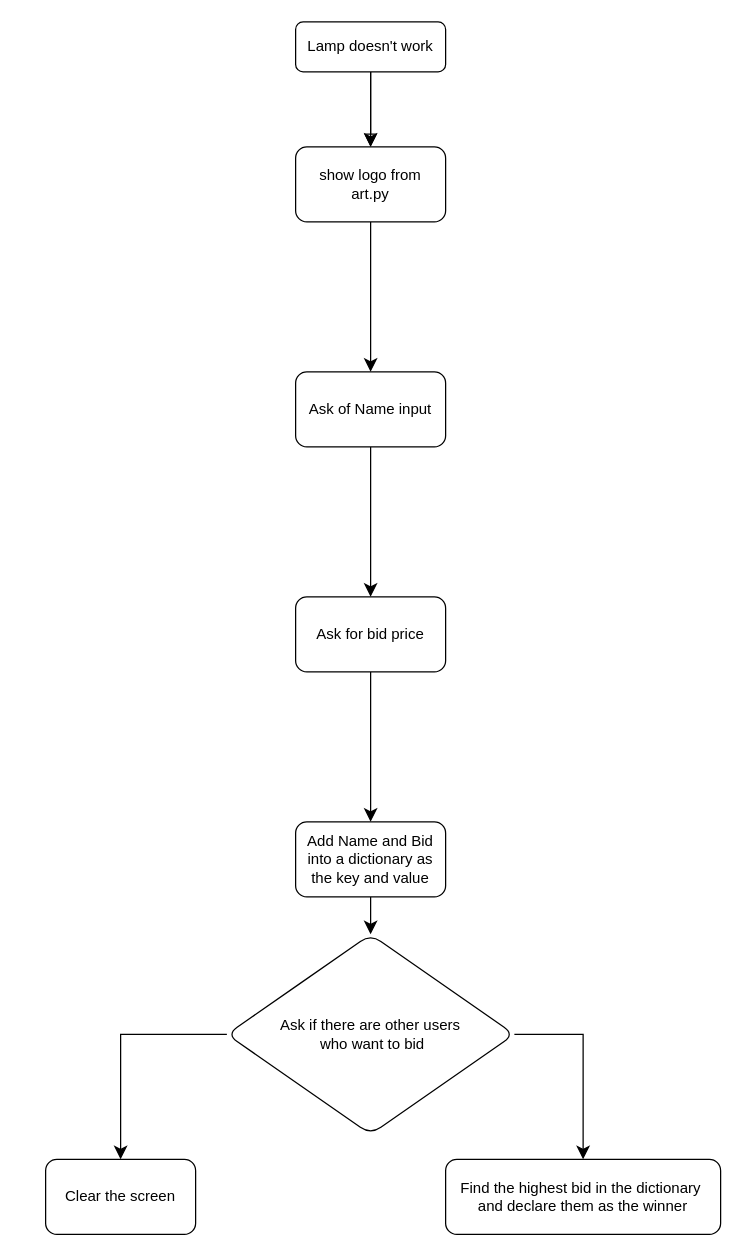
The draw.io diagram Untitled Diagram.drawio in mohan-sah/Flow-chart-practice, before the edit. Source tidied: cells renumbered, new cells numbered last; positions are measured from the earlier drawing's top-left corner, leaving out a move shared by most shapes. Both pictures are drawn from the tidied source at 125%, with x=0, y=0 at pixel (45, 21).
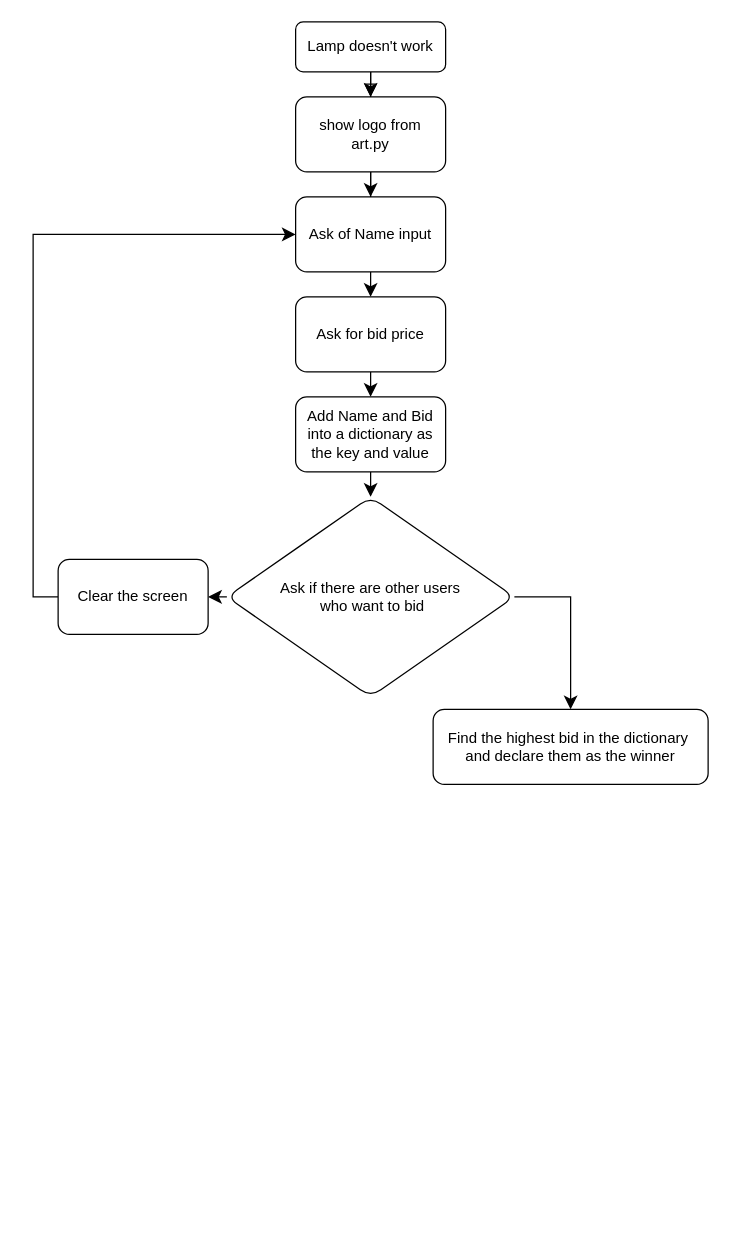
The same diagram, later.

Unchanged cells that the change refers to:
```xml
<mxCell id="4" value="Lamp doesn't work" style="rounded=1;whiteSpace=wrap;html=1;fontSize=12;glass=0;strokeWidth=1;shadow=0;" parent="1" vertex="1">
  <mxGeometry x="200" width="120" height="40" as="geometry" />
</mxCell>
```

Diff of the diagram source:
```diff
@@
-    <mxCell id="2" style="rounded=0;html=1;jettySize=auto;fontSize=11;endArrow=block;endFill=0;endSize=8;strokeWidth=1;shadow=0;labelBackgroundColor=none;edgeStyle=orthogonalEdgeStyle;" parent="1" edge="1" source="4">
+    <mxCell id="2" style="rounded=0;html=1;jettySize=auto;fontSize=11;endArrow=block;endFill=0;endSize=8;strokeWidth=1;shadow=0;labelBackgroundColor=none;edgeStyle=orthogonalEdgeStyle;" parent="1" edge="1" source="6">
       <mxGeometry relative="1" as="geometry">
         <mxPoint x="260" y="100" as="targetPoint" />
       </mxGeometry>
     </mxCell>
@@
-    <mxCell id="6" value="show logo from&lt;br&gt;art.py" style="whiteSpace=wrap;html=1;rounded=1;glass=0;strokeWidth=1;shadow=0;" parent="1" vertex="1">
-      <mxGeometry x="200" y="100" width="120" height="60" as="geometry" />
-    </mxCell>
@@
     <mxCell id="8" value="Ask of Name input" style="whiteSpace=wrap;html=1;rounded=1;glass=0;strokeWidth=1;shadow=0;" parent="1" vertex="1">
-      <mxGeometry x="200" y="280" width="120" height="60" as="geometry" />
+      <mxGeometry x="200" y="140" width="120" height="60" as="geometry" />
     </mxCell>
@@
     <mxCell id="10" value="Ask for bid price" style="whiteSpace=wrap;html=1;rounded=1;glass=0;strokeWidth=1;shadow=0;" parent="1" vertex="1">
-      <mxGeometry x="200" y="460" width="120" height="60" as="geometry" />
+      <mxGeometry x="200" y="220" width="120" height="60" as="geometry" />
     </mxCell>
@@
     <mxCell id="12" value="Add Name and Bid into a dictionary as the key and value" style="whiteSpace=wrap;html=1;rounded=1;glass=0;strokeWidth=1;shadow=0;" parent="1" vertex="1">
-      <mxGeometry x="200" y="640" width="120" height="60" as="geometry" />
+      <mxGeometry x="200" y="300" width="120" height="60" as="geometry" />
     </mxCell>
-    <mxCell id="13" style="edgeStyle=orthogonalEdgeStyle;rounded=0;jettySize=auto;html=1;fontSize=12;startSize=8;endSize=8;exitX=0;exitY=0.5;exitDx=0;exitDy=0;entryX=0.5;entryY=0;entryDx=0;entryDy=0;" parent="1" edge="1" source="15" target="16">
+    <mxCell id="13" style="edgeStyle=orthogonalEdgeStyle;rounded=0;jettySize=auto;html=1;fontSize=12;startSize=8;endSize=8;exitX=0;exitY=0.5;exitDx=0;exitDy=0;entryX=1;entryY=0.5;entryDx=0;entryDy=0;" parent="1" edge="1" source="15" target="16">
       <mxGeometry relative="1" as="geometry" />
     </mxCell>
@@
     <mxCell id="15" value="Ask if there are other users&lt;br&gt;&amp;nbsp;who want to bid" style="rhombus;whiteSpace=wrap;html=1;rounded=1;glass=0;strokeWidth=1;shadow=0;" parent="1" vertex="1">
-      <mxGeometry x="145" y="730" width="230" height="160" as="geometry" />
+      <mxGeometry x="145" y="380" width="230" height="160" as="geometry" />
     </mxCell>
+    <mxCell id="18" style="edgeStyle=orthogonalEdgeStyle;rounded=0;jettySize=auto;html=1;exitX=0;exitY=0.5;exitDx=0;exitDy=0;entryX=0;entryY=0.5;entryDx=0;entryDy=0;fontSize=12;startSize=8;endSize=8;" parent="1" edge="1" source="16" target="8">
+      <mxGeometry relative="1" as="geometry" />
+    </mxCell>
     <mxCell id="16" value="Clear the screen" style="whiteSpace=wrap;html=1;rounded=1;glass=0;strokeWidth=1;shadow=0;" parent="1" vertex="1">
-      <mxGeometry y="910" width="120" height="60" as="geometry" />
+      <mxGeometry x="10" y="430" width="120" height="60" as="geometry" />
     </mxCell>
     <mxCell id="17" value="Find the highest bid in the dictionary&amp;nbsp;&lt;br&gt;and declare them as the winner" style="whiteSpace=wrap;html=1;rounded=1;glass=0;strokeWidth=1;shadow=0;" parent="1" vertex="1">
-      <mxGeometry x="320" y="910" width="220" height="60" as="geometry" />
+      <mxGeometry x="310" y="550" width="220" height="60" as="geometry" />
     </mxCell>
+    <mxCell id="19" style="rounded=0;html=1;jettySize=auto;fontSize=11;endArrow=block;endFill=0;endSize=8;strokeWidth=1;shadow=0;labelBackgroundColor=none;edgeStyle=orthogonalEdgeStyle;" parent="1" edge="1" source="4" target="6">
+      <mxGeometry relative="1" as="geometry" />
+    </mxCell>
+    <mxCell id="6" value="show logo from&lt;br&gt;art.py" style="whiteSpace=wrap;html=1;rounded=1;glass=0;strokeWidth=1;shadow=0;" parent="1" vertex="1">
+      <mxGeometry x="200" y="60" width="120" height="60" as="geometry" />
+    </mxCell>
```
